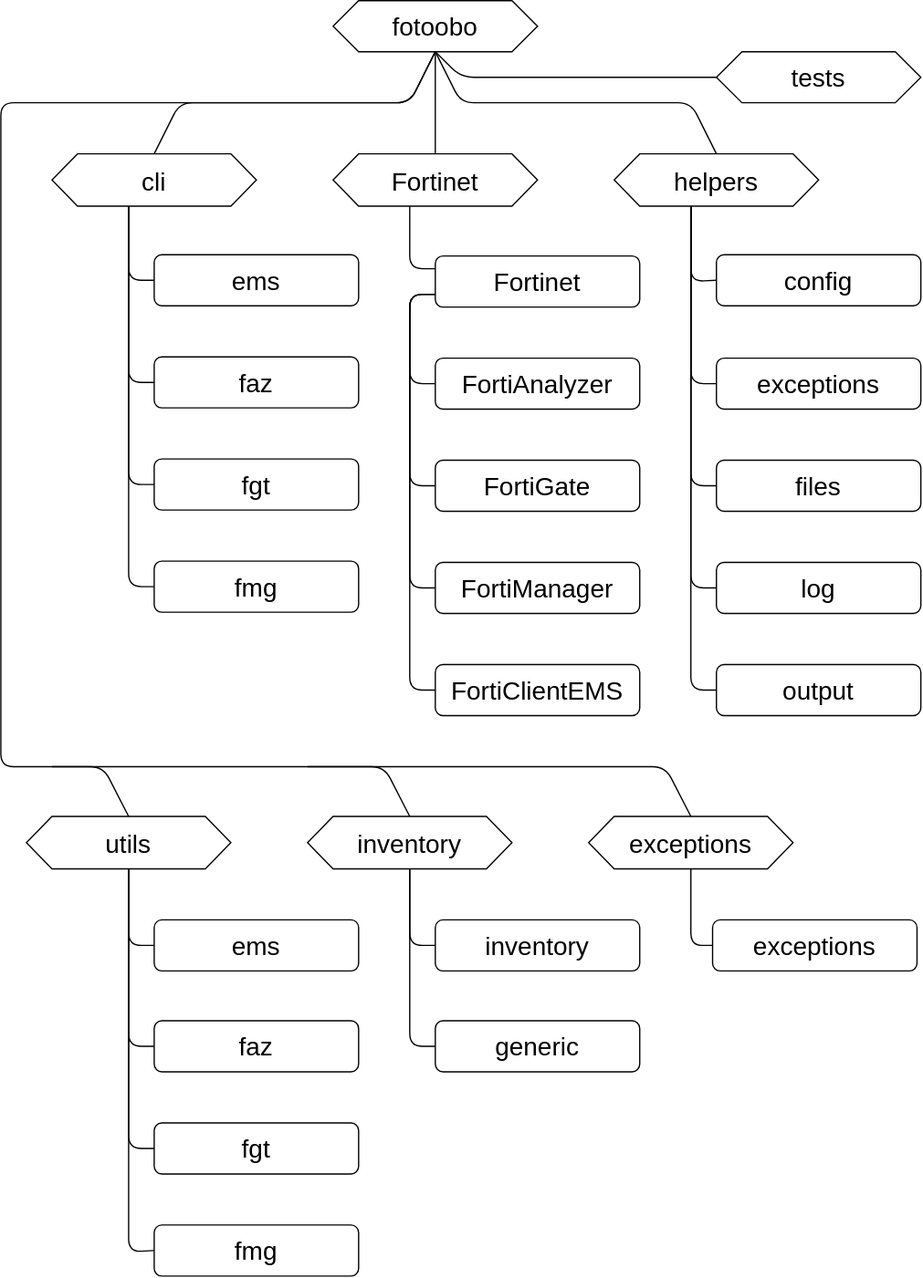
migros/fotoobo keeps this draw.io diagram as docs/source/developer/package_structure.drawio.svg. Above is the earlier version. Source tidied: cells renumbered, new cells last; positions are measured from the earlier drawing's top-left corner, leaving out a move shared by most shapes.
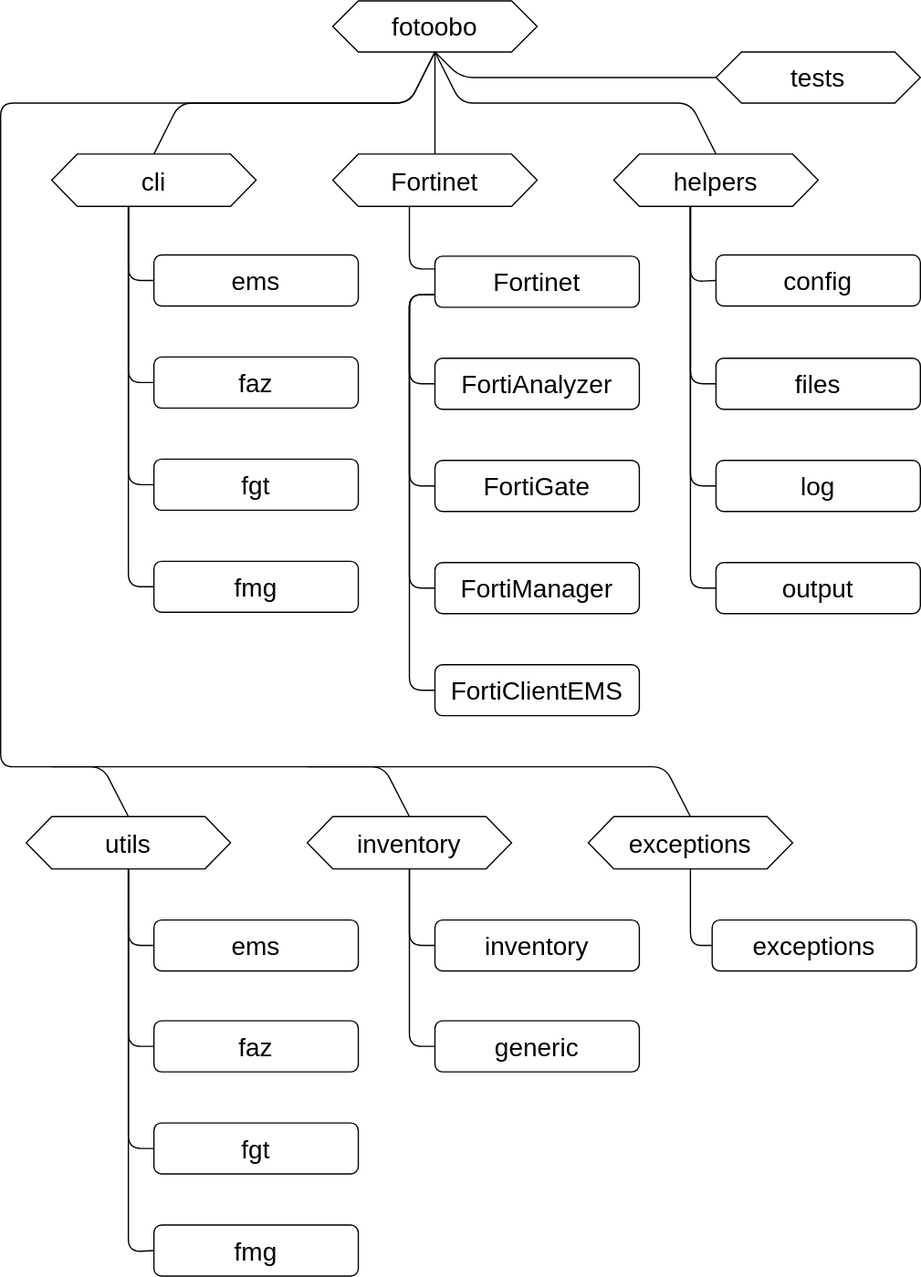
The same file after the commit.

Commit message:
📝 fix exceptions being mentioned twice

What changed in the source:
```diff
@@ -49,16 +49,13 @@
       <mxGeometry x="560" y="199" width="160" height="40" as="geometry" />
     </mxCell>
     <mxCell id="16" value="output" style="rounded=1;whiteSpace=wrap;html=1;fontSize=20;" parent="1" vertex="1">
-      <mxGeometry x="560" y="520" width="160" height="40" as="geometry" />
+      <mxGeometry x="560" y="440" width="160" height="40" as="geometry" />
     </mxCell>
-    <mxCell id="17" value="exceptions" style="rounded=1;whiteSpace=wrap;html=1;fontSize=20;" parent="1" vertex="1">
-      <mxGeometry x="560" y="280" width="160" height="40" as="geometry" />
-    </mxCell>
     <mxCell id="18" value="files" style="rounded=1;whiteSpace=wrap;html=1;fontSize=20;" parent="1" vertex="1">
-      <mxGeometry x="560" y="360" width="160" height="40" as="geometry" />
+      <mxGeometry x="560" y="280" width="160" height="40" as="geometry" />
     </mxCell>
     <mxCell id="19" value="log" style="rounded=1;whiteSpace=wrap;html=1;fontSize=20;" parent="1" vertex="1">
-      <mxGeometry x="560" y="440" width="160" height="40" as="geometry" />
+      <mxGeometry x="560" y="360" width="160" height="40" as="geometry" />
     </mxCell>
     <mxCell id="20" value="FortiClientEMS" style="rounded=1;whiteSpace=wrap;html=1;fontSize=20;" parent="1" vertex="1">
       <mxGeometry x="340" y="520" width="160" height="40" as="geometry" />
@@ -132,31 +129,24 @@
         </Array>
       </mxGeometry>
     </mxCell>
-    <mxCell id="30" style="edgeStyle=none;html=1;fontSize=20;endArrow=none;endFill=0;exitX=0.375;exitY=1;exitDx=0;exitDy=0;entryX=0;entryY=0.5;entryDx=0;entryDy=0;" parent="1" edge="1" source="6" target="17">
-      <mxGeometry relative="1" as="geometry">
-        <Array as="points">
-          <mxPoint x="540" y="300" />
-        </Array>
-      </mxGeometry>
-    </mxCell>
     <mxCell id="31" style="edgeStyle=none;html=1;fontSize=20;endArrow=none;endFill=0;exitX=0.375;exitY=1;exitDx=0;exitDy=0;entryX=0;entryY=0.5;entryDx=0;entryDy=0;" parent="1" edge="1" source="6" target="18">
       <mxGeometry relative="1" as="geometry">
         <Array as="points">
-          <mxPoint x="540" y="380" />
+          <mxPoint x="540" y="300" />
         </Array>
       </mxGeometry>
     </mxCell>
     <mxCell id="32" style="edgeStyle=none;html=1;fontSize=20;endArrow=none;endFill=0;exitX=0.375;exitY=1;exitDx=0;exitDy=0;entryX=0;entryY=0.5;entryDx=0;entryDy=0;" parent="1" edge="1" source="6" target="19">
       <mxGeometry relative="1" as="geometry">
         <Array as="points">
-          <mxPoint x="540" y="460" />
+          <mxPoint x="540" y="380" />
         </Array>
       </mxGeometry>
     </mxCell>
     <mxCell id="33" style="edgeStyle=none;html=1;fontSize=20;endArrow=none;endFill=0;exitX=0.375;exitY=1;exitDx=0;exitDy=0;entryX=0;entryY=0.5;entryDx=0;entryDy=0;" parent="1" edge="1" source="6" target="16">
       <mxGeometry relative="1" as="geometry">
         <Array as="points">
-          <mxPoint x="540" y="540" />
+          <mxPoint x="540" y="460" />
         </Array>
       </mxGeometry>
     </mxCell>
```
